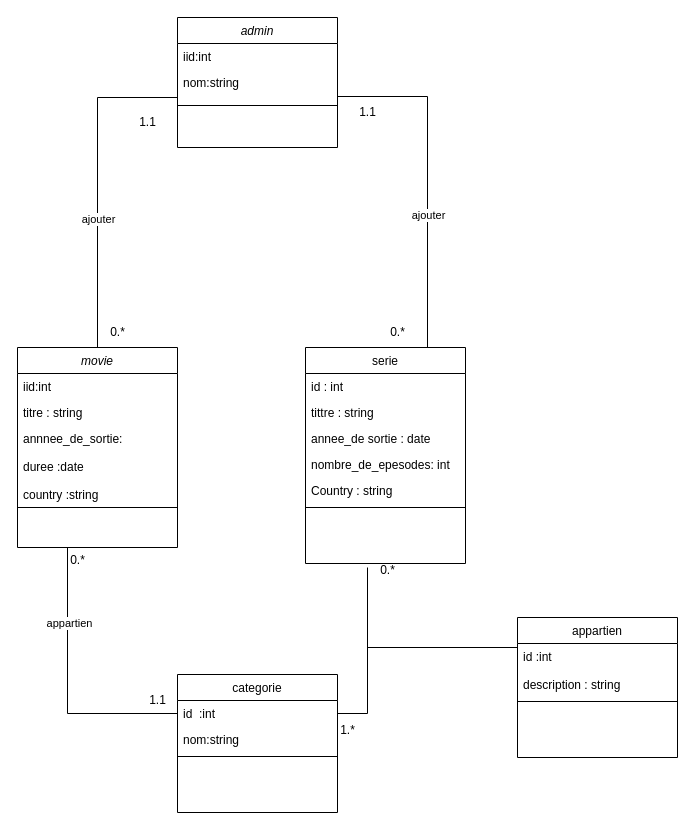
The draw.io diagram Diagramme sans nom.drawio in Fatiroot/dashboard_movies-series, before the edit. Source tidied: cells renumbered, new cells numbered last; positions are measured from the earlier drawing's top-left corner, leaving out a move shared by most shapes. Both pictures are drawn from the tidied source at 100%, with x=0, y=0 at pixel (17, 17).
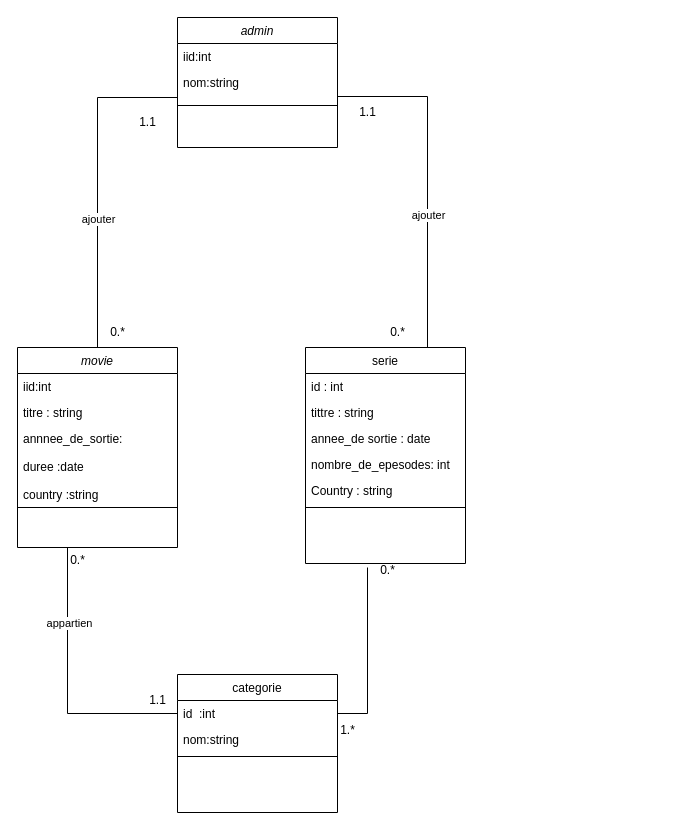
The same page after the edit.

Commit message:
Mettre à jour Diagramme de classe

Change to the diagram source:
```diff
@@
-    <mxCell id="11" value="appartien" style="swimlane;fontStyle=0;align=center;verticalAlign=top;horizontal=1;startSize=26;rounded=0;shadow=0;strokeWidth=1;" parent="1" vertex="1">
-      <mxGeometry x="500" y="600" width="160" height="140" as="geometry" />
-    </mxCell>
-    <mxCell id="12" value="id :int&#10;&#10;description : string" style="text;align=left;verticalAlign=top;spacingLeft=4;spacingRight=4;overflow=hidden;" parent="11" vertex="1">
-      <mxGeometry y="26" width="160" height="54" as="geometry" />
-    </mxCell>
-    <mxCell id="13" style="line;html=1;strokeWidth=1;align=left;verticalAlign=middle;spacingTop=-1;spacingLeft=3;spacingRight=3;labelPosition=right;" parent="11" vertex="1">
-      <mxGeometry y="80" width="160" height="8" as="geometry" />
-    </mxCell>
@@
-    <mxCell id="26" style="endArrow=none;html=1;rounded=0;" parent="1" edge="1">
-      <mxGeometry relative="1" as="geometry">
-        <mxPoint x="350" y="630" as="sourcePoint" />
-        <mxPoint x="500" y="630" as="targetPoint" />
-      </mxGeometry>
-    </mxCell>
```
